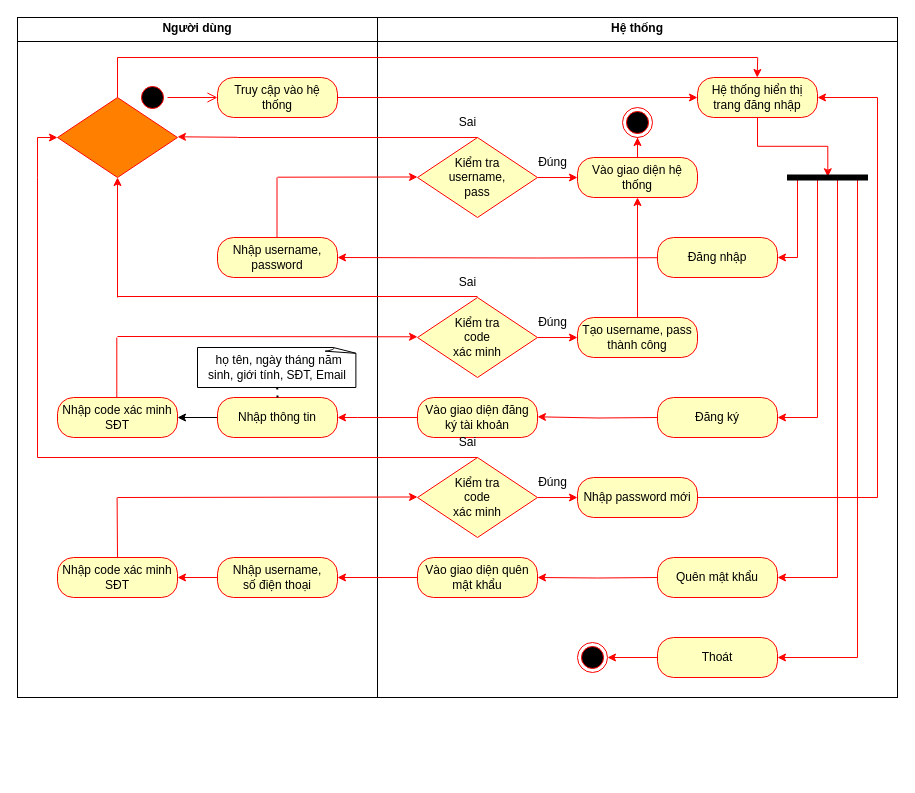
The draw.io diagram Sơ đồ hoạt động UC đăng nhập.drawio in HaojackYT/DAA_SA, before the edit. Source tidied: cells renumbered, new cells numbered last; positions are measured from the earlier drawing's top-left corner, leaving out a move shared by most shapes. Both pictures are drawn from the tidied source at 100%, with x=0, y=0 at pixel (17, 17).
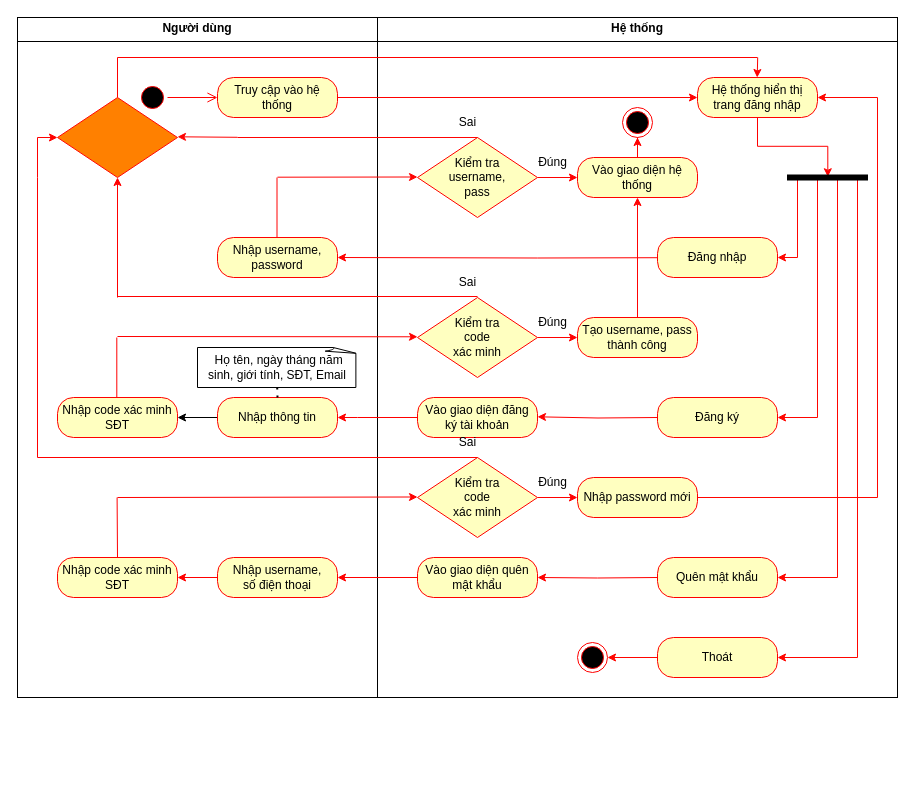
The same page after the edit.

The edit, as a diff of the source:
```diff
@@
-    <mxCell id="63" value="&amp;nbsp;họ tên, ngày tháng năm sinh, giới tính, SĐT, Email" style="whiteSpace=wrap;html=1;shape=mxgraph.basic.document;" parent="1" vertex="1">
+    <mxCell id="63" value="&amp;nbsp;Họ tên, ngày tháng năm sinh, giới tính, SĐT, Email" style="whiteSpace=wrap;html=1;shape=mxgraph.basic.document;" parent="1" vertex="1">
       <mxGeometry x="180" y="330" width="160" height="40" as="geometry" />
     </mxCell>
```
